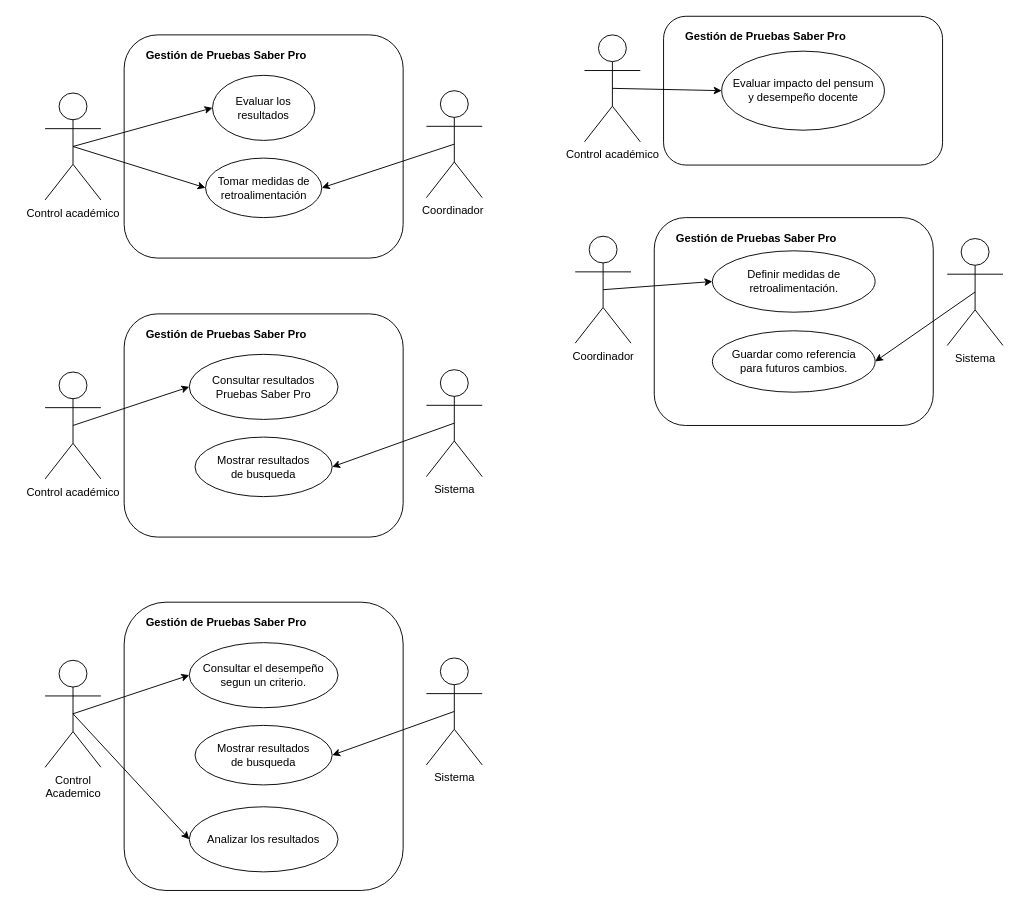
Above: Diagramas cdu/traza.drawio in lauubeltran/isi-2026ii-SaberPro (draw.io), before the change. Source tidied: cells renumbered, new cells numbered last; positions are measured from the earlier drawing's top-left corner, leaving out a move shared by most shapes. Both pictures are drawn from the tidied source at 93%, with x=0, y=0 at pixel (45, 16).
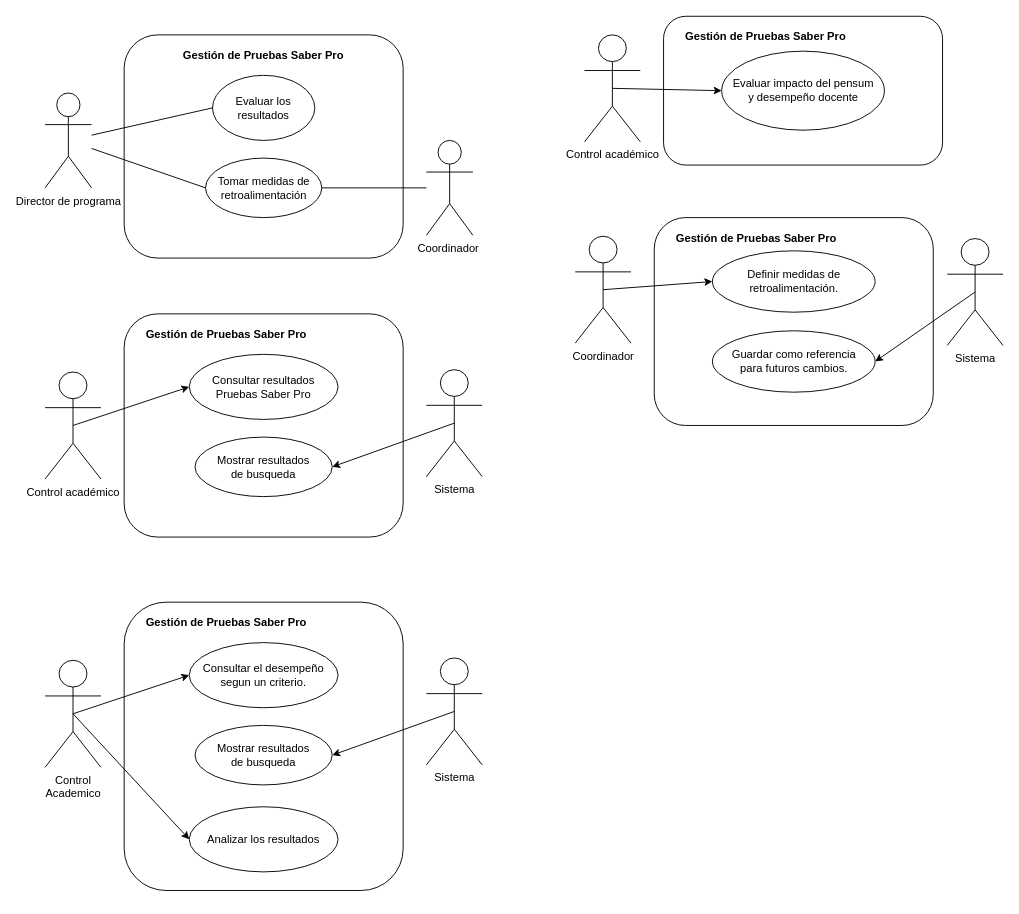
The same page after the edit.

The change refers to these unchanged cells:
```xml
<mxCell id="8" value="Evaluar los resultados" style="ellipse;whiteSpace=wrap;html=1;shapeInside=1;" parent="1" vertex="1">
  <mxGeometry x="180" y="63.5" width="110" height="70" as="geometry" />
</mxCell>
<mxCell id="9" value="Tomar medidas de retroalimentación" style="ellipse;whiteSpace=wrap;html=1;shapeInside=1;" parent="1" vertex="1">
  <mxGeometry x="172.5" y="152.5" width="125" height="64" as="geometry" />
</mxCell>
```

The edit, as a diff of the source:
```diff
@@
-    <mxCell id="2" value="Control académico" style="shape=umlActor;verticalLabelPosition=bottom;verticalAlign=top;html=1;outlineConnect=0;" parent="1" vertex="1">
-      <mxGeometry y="82.5" width="60" height="115" as="geometry" />
+    <mxCell id="2" value="Director de programa" style="shape=umlActor;verticalLabelPosition=bottom;verticalAlign=top;html=1;outlineConnect=0;" parent="1" vertex="1">
+      <mxGeometry y="82.5" width="50" height="102" as="geometry" />
     </mxCell>
@@
     <mxCell id="4" value="Coordinador&amp;nbsp;" style="shape=umlActor;verticalLabelPosition=bottom;verticalAlign=top;html=1;outlineConnect=0;" parent="1" vertex="1">
-      <mxGeometry x="410" y="80" width="60" height="115" as="geometry" />
+      <mxGeometry x="410" y="133.5" width="50" height="102" as="geometry" />
     </mxCell>
@@
     <mxCell id="7" value="&lt;b&gt;Gestión de Pruebas Saber Pro&lt;/b&gt;" style="text;html=1;whiteSpace=wrap;strokeColor=none;fillColor=none;align=center;verticalAlign=middle;rounded=0;" parent="1" vertex="1">
-      <mxGeometry x="100" y="32.1" width="190" height="20" as="geometry" />
+      <mxGeometry x="140" y="32.1" width="190" height="20" as="geometry" />
     </mxCell>
@@
-    <mxCell id="10" style="rounded=0;jettySize=auto;html=1;exitX=0.5;exitY=0.5;exitDx=0;exitDy=0;exitPerimeter=0;entryX=0;entryY=0.5;entryDx=0;entryDy=0;" parent="1" edge="1" source="2" target="8">
+    <mxCell id="10" style="rounded=0;jettySize=auto;html=1;entryX=0;entryY=0.5;entryDx=0;entryDy=0;endArrow=none;endFill=0;" parent="1" edge="1" source="2" target="8">
       <mxGeometry relative="1" as="geometry" />
     </mxCell>
-    <mxCell id="11" style="rounded=0;jettySize=auto;html=1;exitX=0.5;exitY=0.5;exitDx=0;exitDy=0;exitPerimeter=0;entryX=0;entryY=0.5;entryDx=0;entryDy=0;" parent="1" edge="1" source="2" target="9">
+    <mxCell id="11" style="rounded=0;jettySize=auto;html=1;entryX=0;entryY=0.5;entryDx=0;entryDy=0;endArrow=none;endFill=0;" parent="1" edge="1" source="2" target="9">
       <mxGeometry relative="1" as="geometry" />
     </mxCell>
-    <mxCell id="12" style="rounded=0;jettySize=auto;html=1;exitX=0.5;exitY=0.5;exitDx=0;exitDy=0;exitPerimeter=0;entryX=1;entryY=0.5;entryDx=0;entryDy=0;" parent="1" edge="1" source="4" target="9">
+    <mxCell id="12" style="rounded=0;jettySize=auto;html=1;entryX=1;entryY=0.5;entryDx=0;entryDy=0;endArrow=none;endFill=0;" parent="1" edge="1" source="4" target="9">
       <mxGeometry relative="1" as="geometry" />
     </mxCell>
```
